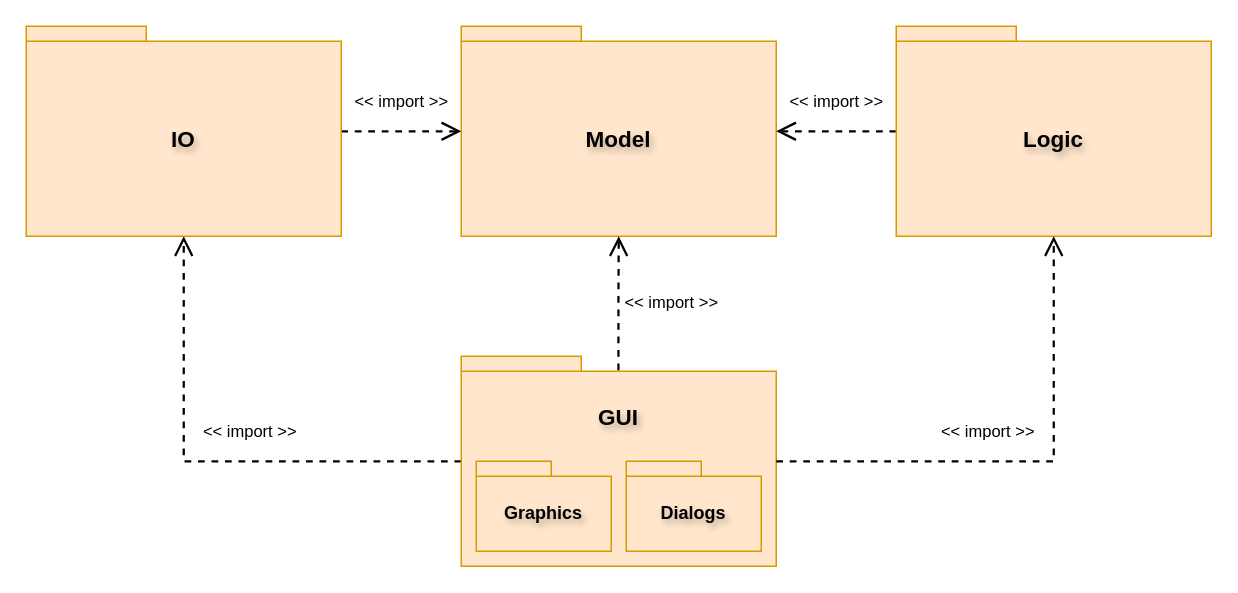
The draw.io diagram page "Page-1" (1 of 2) of pynet_router.drawio in aobh2763/pynet-router, before the edit. Source tidied: cells renumbered, new cells numbered last; positions are measured from the earlier drawing's top-left corner, leaving out a move shared by most shapes. Both pictures are drawn from the tidied source at 150%, with x=0, y=0 at pixel (26, 26).
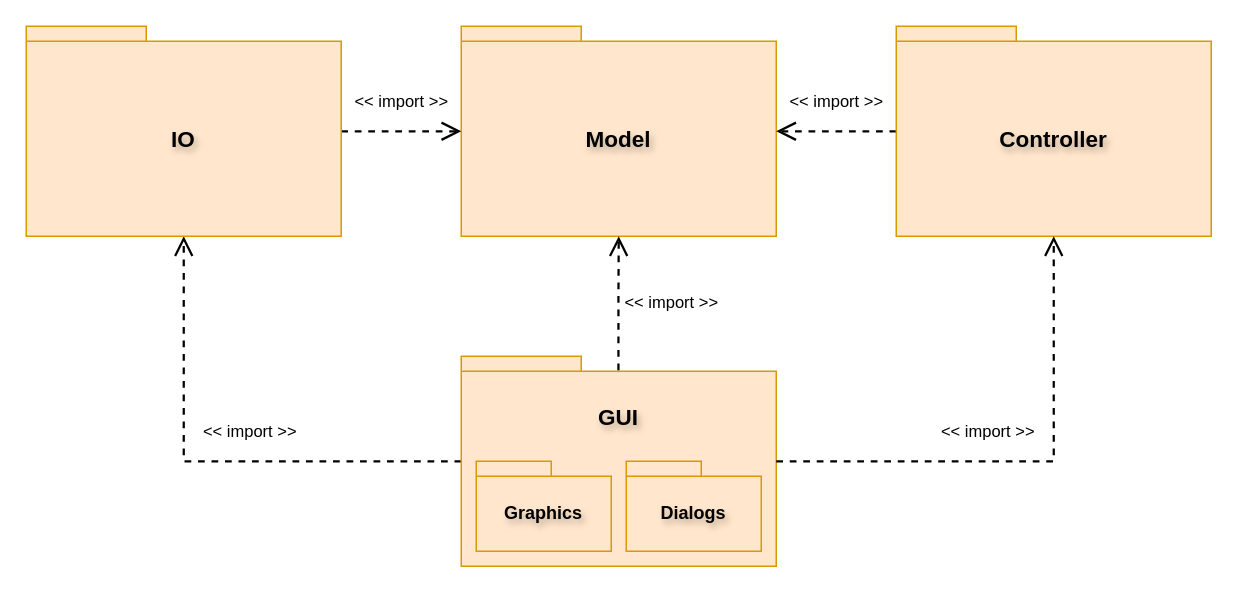
Above is the later version.

Diff of the diagram source:
```diff
@@
 <mxGraphModel>
   <root>
     <mxCell id="0" />
     <mxCell id="1" parent="0" />
     <mxCell id="2" value="&amp;lt;&amp;lt; import &amp;gt;&amp;gt;" style="edgeStyle=orthogonalEdgeStyle;rounded=0;jettySize=auto;html=1;dashed=1;endArrow=open;endFill=0;strokeWidth=1.5;endSize=10;" parent="1" edge="1" source="3" target="8">
       <mxGeometry x="-0.16" y="-20" relative="1" as="geometry" />
     </mxCell>
     <mxCell id="3" value="GUI" style="shape=folder;fontStyle=1;spacingTop=25;tabWidth=80;tabHeight=10;tabPosition=left;html=1;whiteSpace=wrap;fillColor=#ffe6cc;strokeColor=#d79b00;verticalAlign=top;textShadow=1;fontSize=15;" parent="1" vertex="1">
       <mxGeometry x="290" y="220" width="210" height="140" as="geometry" />
     </mxCell>
     <mxCell id="4" value="Dialogs" style="shape=folder;fontStyle=1;spacingTop=10;tabWidth=50;tabHeight=10;tabPosition=left;html=1;whiteSpace=wrap;fillColor=#ffe6cc;strokeColor=#d79b00;textShadow=1;fontSize=12;" parent="1" vertex="1">
       <mxGeometry x="400" y="290" width="90" height="60" as="geometry" />
     </mxCell>
     <mxCell id="5" value="Graphics" style="shape=folder;fontStyle=1;spacingTop=10;tabWidth=50;tabHeight=10;tabPosition=left;html=1;whiteSpace=wrap;fillColor=#ffe6cc;strokeColor=#d79b00;textShadow=1;fontSize=12;" parent="1" vertex="1">
       <mxGeometry x="300" y="290" width="90" height="60" as="geometry" />
     </mxCell>
     <mxCell id="6" value="Model" style="shape=folder;fontStyle=1;spacingTop=10;tabWidth=80;tabHeight=10;tabPosition=left;html=1;whiteSpace=wrap;fillColor=#ffe6cc;strokeColor=#d79b00;textShadow=1;fontSize=15;" parent="1" vertex="1">
       <mxGeometry x="290" width="210" height="140" as="geometry" />
     </mxCell>
     <mxCell id="7" value="&amp;lt;&amp;lt; import &amp;gt;&amp;gt;" style="edgeStyle=orthogonalEdgeStyle;rounded=0;jettySize=auto;html=1;dashed=1;endArrow=open;endFill=0;strokeWidth=1.5;endSize=10;" parent="1" edge="1" source="8" target="6">
       <mxGeometry y="20" relative="1" as="geometry" />
     </mxCell>
     <mxCell id="8" value="IO" style="shape=folder;fontStyle=1;spacingTop=10;tabWidth=80;tabHeight=10;tabPosition=left;html=1;whiteSpace=wrap;fillColor=#ffe6cc;strokeColor=#d79b00;textShadow=1;fontSize=15;" parent="1" vertex="1">
       <mxGeometry width="210" height="140" as="geometry" />
     </mxCell>
     <mxCell id="9" value="&amp;lt;&amp;lt; import &amp;gt;&amp;gt;" style="edgeStyle=orthogonalEdgeStyle;rounded=0;jettySize=auto;html=1;dashed=1;endArrow=open;endFill=0;strokeWidth=1.5;endSize=10;" parent="1" edge="1" source="10" target="6">
       <mxGeometry y="-20" relative="1" as="geometry" />
     </mxCell>
-    <mxCell id="10" value="Logic" style="shape=folder;fontStyle=1;spacingTop=10;tabWidth=80;tabHeight=10;tabPosition=left;html=1;whiteSpace=wrap;fillColor=#ffe6cc;strokeColor=#d79b00;textShadow=1;fontSize=15;" parent="1" vertex="1">
+    <mxCell id="10" value="Controller" style="shape=folder;fontStyle=1;spacingTop=10;tabWidth=80;tabHeight=10;tabPosition=left;html=1;whiteSpace=wrap;fillColor=#ffe6cc;strokeColor=#d79b00;textShadow=1;fontSize=15;" parent="1" vertex="1">
       <mxGeometry x="580" width="210" height="140" as="geometry" />
     </mxCell>
     <mxCell id="11" value="&amp;lt;&amp;lt; import &amp;gt;&amp;gt;" style="edgeStyle=orthogonalEdgeStyle;rounded=0;jettySize=auto;html=1;entryX=0.5;entryY=1;entryDx=0;entryDy=0;entryPerimeter=0;dashed=1;endArrow=open;endFill=0;strokeWidth=1.5;endSize=10;exitX=0.499;exitY=0.067;exitDx=0;exitDy=0;exitPerimeter=0;" parent="1" edge="1" source="3" target="6">
       <mxGeometry y="-35" relative="1" as="geometry" />
     </mxCell>
     <mxCell id="12" value="&amp;lt;&amp;lt; import &amp;gt;&amp;gt;" style="edgeStyle=orthogonalEdgeStyle;rounded=0;jettySize=auto;html=1;entryX=0.5;entryY=1;entryDx=0;entryDy=0;entryPerimeter=0;dashed=1;endArrow=open;endFill=0;strokeWidth=1.5;endSize=10;" parent="1" edge="1" source="3" target="10">
       <mxGeometry x="-0.16" y="20" relative="1" as="geometry" />
     </mxCell>
   </root>
 </mxGraphModel>
```
